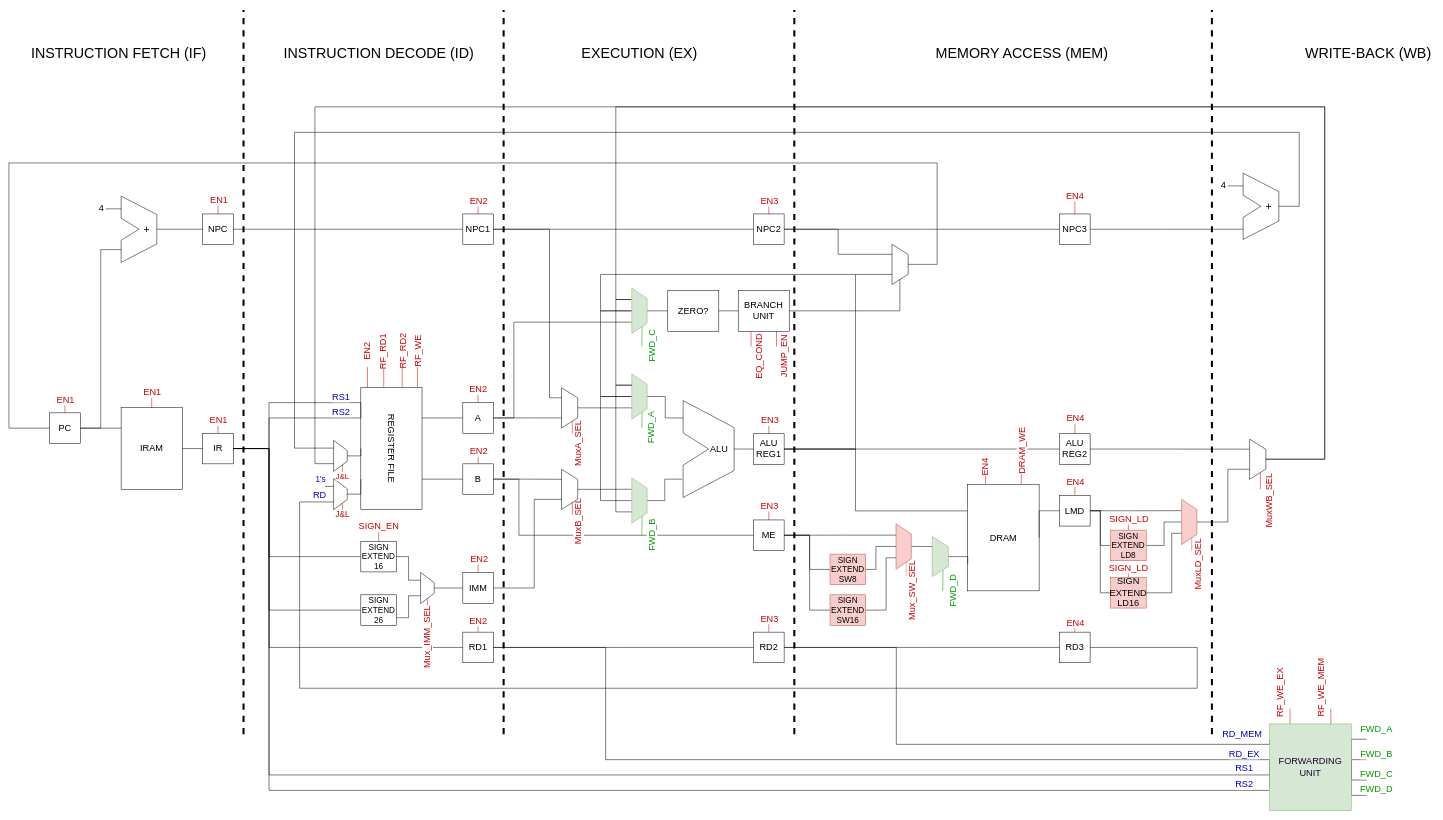
Earlier version of the draw.io diagram diagrams/datapath.drawio (gabrielganzer/DLX-Microprocessor). Source tidied: cells renumbered, new cells numbered last; positions are measured from the earlier drawing's top-left corner, leaving out a move shared by most shapes. Both pictures are drawn from the tidied source at 51%, with x=0, y=0 at pixel (9, 10).
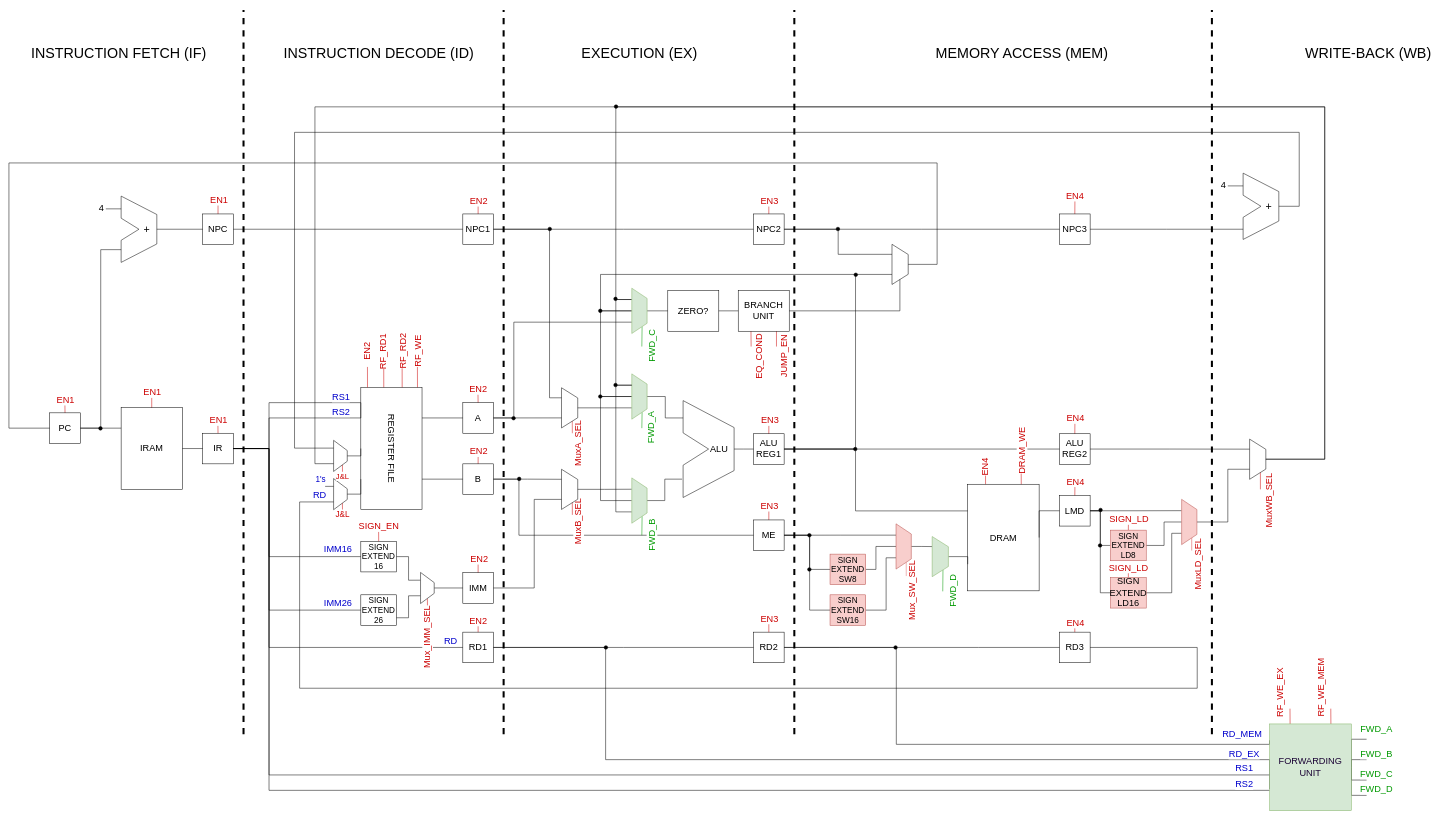
The same page after the edit.

The change refers to these unchanged cells:
```xml
<mxCell id="130" value="ME" style="rounded=0;whiteSpace=wrap;html=1;fillColor=none;fontSize=18;" parent="1" vertex="1">
  <mxGeometry x="1460" y="1000" width="60" height="60" as="geometry" />
</mxCell>
<mxCell id="136" value="RD2" style="rounded=0;whiteSpace=wrap;html=1;fillColor=none;fontSize=18;" parent="1" vertex="1">
  <mxGeometry x="1460" y="1220" width="60" height="60" as="geometry" />
</mxCell>
<mxCell id="146" value="SIGN EXTEND SW16" style="rounded=0;whiteSpace=wrap;html=1;fillColor=#f8cecc;fontSize=16;strokeColor=#b85450;" parent="1" vertex="1">
  <mxGeometry x="1610" y="1146.8" width="70" height="60" as="geometry" />
</mxCell>
<mxCell id="158" value="RD3" style="rounded=0;whiteSpace=wrap;html=1;fillColor=none;fontSize=18;" parent="1" vertex="1">
  <mxGeometry x="2060" y="1220" width="60" height="60" as="geometry" />
</mxCell>
```

The edit, as a diff of the source:
```diff
@@
-    <mxCell id="127" style="edgeStyle=elbowEdgeStyle;rounded=0;jettySize=auto;html=1;exitX=1;exitY=0.5;exitDx=0;exitDy=0;entryX=0;entryY=0.5;entryDx=0;entryDy=0;endArrow=none;endFill=0;" parent="1" edge="1" source="130" target="146">
+    <mxCell id="127" style="edgeStyle=elbowEdgeStyle;rounded=0;jettySize=auto;html=1;exitX=1;exitY=0.5;exitDx=0;exitDy=0;entryX=0;entryY=0.5;entryDx=0;entryDy=0;endArrow=none;endFill=0;" parent="1" edge="1" source="261" target="146">
       <mxGeometry relative="1" as="geometry">
         <Array as="points">
           <mxPoint x="1570" y="1060" />
           <mxPoint x="1560" y="1060" />
           <mxPoint x="1580" y="1120" />
         </Array>
       </mxGeometry>
     </mxCell>
@@
-    <mxCell id="131" style="edgeStyle=elbowEdgeStyle;rounded=0;jettySize=auto;html=1;exitX=1;exitY=0.5;exitDx=0;exitDy=0;entryX=0;entryY=0.5;entryDx=0;entryDy=0;endArrow=none;endFill=0;" parent="1" edge="1" source="136" target="158">
+    <mxCell id="131" style="edgeStyle=elbowEdgeStyle;rounded=0;jettySize=auto;html=1;exitX=1;exitY=0.5;exitDx=0;exitDy=0;entryX=0;entryY=0.5;entryDx=0;entryDy=0;endArrow=none;endFill=0;" parent="1" edge="1" source="266" target="158">
       <mxGeometry relative="1" as="geometry" />
     </mxCell>
@@
+    <mxCell id="259" style="ellipse;whiteSpace=wrap;html=1;fillColor=#000000;" parent="1" vertex="1">
+      <mxGeometry x="1656" y="857.5" width="7" height="7" as="geometry" />
+    </mxCell>
+    <mxCell id="260" style="ellipse;whiteSpace=wrap;html=1;fillColor=#000000;" parent="1" vertex="1">
+      <mxGeometry x="1657" y="515.8" width="7" height="7" as="geometry" />
+    </mxCell>
+    <mxCell id="261" style="ellipse;whiteSpace=wrap;html=1;fillColor=#000000;" parent="1" vertex="1">
+      <mxGeometry x="1566" y="1026.5" width="7" height="7" as="geometry" />
+    </mxCell>
+    <mxCell id="262" style="edgeStyle=elbowEdgeStyle;rounded=0;jettySize=auto;html=1;exitX=1;exitY=0.5;exitDx=0;exitDy=0;entryX=0;entryY=0.5;entryDx=0;entryDy=0;endArrow=none;endFill=0;" parent="1" edge="1" source="130" target="261">
+      <mxGeometry relative="1" as="geometry" />
+    </mxCell>
+    <mxCell id="263" style="ellipse;whiteSpace=wrap;html=1;fillColor=#000000;" parent="1" vertex="1">
+      <mxGeometry x="1566" y="1093.5" width="7" height="7" as="geometry" />
+    </mxCell>
+    <mxCell id="264" style="ellipse;whiteSpace=wrap;html=1;fillColor=#000000;" parent="1" vertex="1">
+      <mxGeometry x="2136" y="1046.5" width="7" height="7" as="geometry" />
+    </mxCell>
+    <mxCell id="265" style="ellipse;whiteSpace=wrap;html=1;fillColor=#000000;" parent="1" vertex="1">
+      <mxGeometry x="2137" y="977" width="7" height="7" as="geometry" />
+    </mxCell>
+    <mxCell id="266" style="ellipse;whiteSpace=wrap;html=1;fillColor=#000000;" parent="1" vertex="1">
+      <mxGeometry x="1735" y="1246.5" width="7" height="7" as="geometry" />
+    </mxCell>
+    <mxCell id="267" style="edgeStyle=elbowEdgeStyle;rounded=0;jettySize=auto;html=1;exitX=1;exitY=0.5;exitDx=0;exitDy=0;entryX=0;entryY=0.5;entryDx=0;entryDy=0;endArrow=none;endFill=0;" parent="1" edge="1" source="136" target="266">
+      <mxGeometry relative="1" as="geometry" />
+    </mxCell>
+    <mxCell id="268" style="ellipse;whiteSpace=wrap;html=1;fillColor=#000000;" parent="1" vertex="1">
+      <mxGeometry x="1167" y="1246.5" width="7" height="7" as="geometry" />
+    </mxCell>
+    <mxCell id="269" style="ellipse;whiteSpace=wrap;html=1;fillColor=#000000;" parent="1" vertex="1">
+      <mxGeometry x="1622" y="426" width="7" height="7" as="geometry" />
+    </mxCell>
+    <mxCell id="270" style="ellipse;whiteSpace=wrap;html=1;fillColor=#000000;" parent="1" vertex="1">
+      <mxGeometry x="1057" y="426" width="7" height="7" as="geometry" />
+    </mxCell>
+    <mxCell id="271" style="ellipse;whiteSpace=wrap;html=1;fillColor=#000000;" parent="1" vertex="1">
+      <mxGeometry x="176" y="817" width="7" height="7" as="geometry" />
+    </mxCell>
+    <mxCell id="272" style="ellipse;whiteSpace=wrap;html=1;fillColor=#000000;" parent="1" vertex="1">
+      <mxGeometry x="997" y="916" width="7" height="7" as="geometry" />
+    </mxCell>
+    <mxCell id="273" style="ellipse;whiteSpace=wrap;html=1;fillColor=#000000;" parent="1" vertex="1">
+      <mxGeometry x="986" y="797" width="7" height="7" as="geometry" />
+    </mxCell>
+    <mxCell id="274" style="ellipse;whiteSpace=wrap;html=1;fillColor=#000000;" parent="1" vertex="1">
+      <mxGeometry x="1186.9" y="186" width="7" height="7" as="geometry" />
+    </mxCell>
+    <mxCell id="275" style="ellipse;whiteSpace=wrap;html=1;fillColor=#000000;" parent="1" vertex="1">
+      <mxGeometry x="1185.9" y="563" width="7" height="7" as="geometry" />
+    </mxCell>
+    <mxCell id="276" style="ellipse;whiteSpace=wrap;html=1;fillColor=#000000;" parent="1" vertex="1">
+      <mxGeometry x="1185.9" y="732" width="7" height="7" as="geometry" />
+    </mxCell>
+    <mxCell id="277" style="ellipse;whiteSpace=wrap;html=1;fillColor=#000000;" parent="1" vertex="1">
+      <mxGeometry x="1156" y="586.5" width="7" height="7" as="geometry" />
+    </mxCell>
+    <mxCell id="278" style="ellipse;whiteSpace=wrap;html=1;fillColor=#000000;" parent="1" vertex="1">
+      <mxGeometry x="1156" y="754.5" width="7" height="7" as="geometry" />
+    </mxCell>
+    <mxCell id="279" value="IMM16" style="edgeLabel;html=1;align=center;verticalAlign=middle;fontSize=18;fontColor=#0000CC;" parent="1" vertex="1">
+      <mxGeometry x="650" y="1056" as="geometry">
+        <mxPoint x="-6" as="offset" />
+      </mxGeometry>
+    </mxCell>
+    <mxCell id="280" value="IMM26" style="edgeLabel;html=1;align=center;verticalAlign=middle;fontSize=18;fontColor=#0000CC;" parent="1" vertex="1">
+      <mxGeometry x="650" y="1163.4" as="geometry">
+        <mxPoint x="-6" as="offset" />
+      </mxGeometry>
+    </mxCell>
+    <mxCell id="281" value="RD" style="edgeLabel;html=1;align=center;verticalAlign=middle;fontSize=18;fontColor=#0000CC;" parent="1" vertex="1">
+      <mxGeometry x="872" y="1197" as="geometry">
+        <mxPoint x="-7" y="40" as="offset" />
+      </mxGeometry>
+    </mxCell>
```
